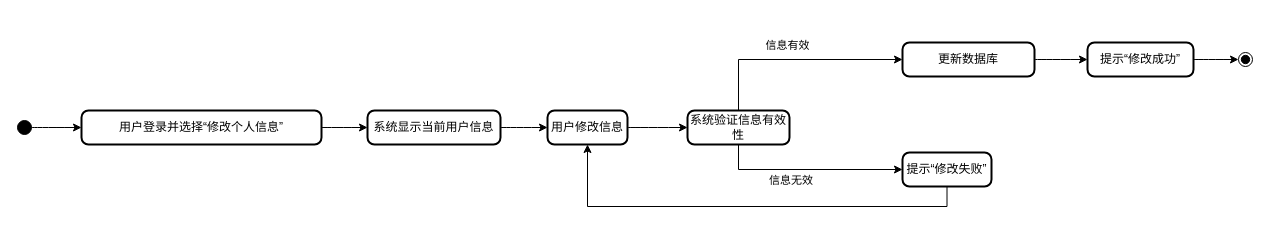
This is page "行为建模" (2 of 2) of 文档/需求分析规约文档/三种建模/16修改个人信息用例建模.drawio from w1ntercube/TJ-SE-Design, a draw.io file, before an edit. Source tidied: cells renumbered, new cells numbered last; positions are measured from the earlier drawing's top-left corner, leaving out a move shared by most shapes. Both pictures are drawn from the tidied source at 100%, with x=0, y=0 at pixel (17, 30).
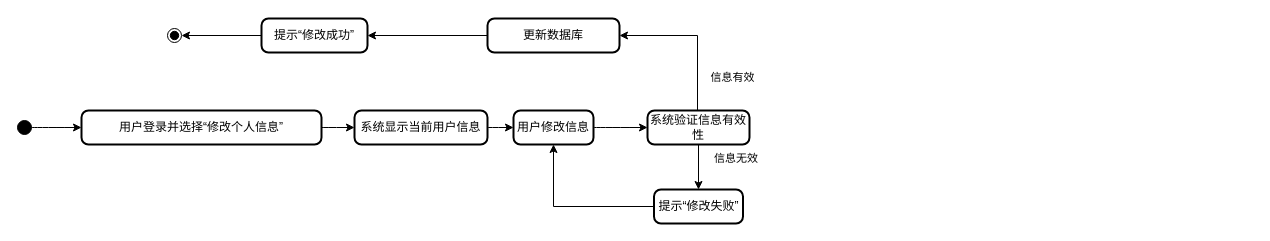
The same page after the edit.

Change to the diagram source:
```diff
@@
     <mxCell id="4" value="系统显示当前用户信息" style="rounded=1;absoluteArcSize=1;arcSize=14;whiteSpace=wrap;strokeWidth=2;" parent="1" vertex="1">
-      <mxGeometry x="350" y="80" width="133" height="34" as="geometry" />
+      <mxGeometry x="337" y="80" width="133" height="34" as="geometry" />
     </mxCell>
     <mxCell id="5" value="用户修改信息" style="rounded=1;absoluteArcSize=1;arcSize=14;whiteSpace=wrap;strokeWidth=2;" parent="1" vertex="1">
-      <mxGeometry x="530" y="80" width="80" height="34" as="geometry" />
+      <mxGeometry x="496" y="80" width="80" height="34" as="geometry" />
     </mxCell>
+    <mxCell id="7" style="edgeStyle=orthogonalEdgeStyle;rounded=0;jettySize=auto;html=1;entryX=0.5;entryY=0;entryDx=0;entryDy=0;" parent="1" edge="1" source="8" target="13">
+      <mxGeometry relative="1" as="geometry" />
+    </mxCell>
-    <mxCell id="6" style="edgeStyle=orthogonalEdgeStyle;rounded=0;jettySize=auto;html=1;exitX=0.5;exitY=0;exitDx=0;exitDy=0;entryX=0;entryY=0.5;entryDx=0;entryDy=0;" parent="1" edge="1" source="8" target="9">
-      <mxGeometry relative="1" as="geometry" />
+    <mxCell id="6" style="edgeStyle=orthogonalEdgeStyle;rounded=0;jettySize=auto;html=1;entryX=1;entryY=0.5;entryDx=0;entryDy=0;" parent="1" edge="1" source="8" target="9">
+      <mxGeometry relative="1" as="geometry">
+        <Array as="points">
+          <mxPoint x="680" y="5" />
+        </Array>
+      </mxGeometry>
     </mxCell>
-    <mxCell id="7" style="edgeStyle=orthogonalEdgeStyle;rounded=0;jettySize=auto;html=1;exitX=0.5;exitY=1;exitDx=0;exitDy=0;entryX=0;entryY=0.5;entryDx=0;entryDy=0;" parent="1" edge="1" source="8" target="13">
-      <mxGeometry relative="1" as="geometry" />
-    </mxCell>
     <mxCell id="8" value="系统验证信息有效性" style="rounded=1;absoluteArcSize=1;arcSize=14;whiteSpace=wrap;strokeWidth=2;" parent="1" vertex="1">
-      <mxGeometry x="670" y="80" width="102" height="34" as="geometry" />
+      <mxGeometry x="630" y="80" width="102" height="34" as="geometry" />
     </mxCell>
+    <mxCell id="18" style="edgeStyle=orthogonalEdgeStyle;rounded=0;jettySize=auto;html=1;entryX=1;entryY=0.5;entryDx=0;entryDy=0;" parent="1" edge="1" source="9" target="10">
+      <mxGeometry relative="1" as="geometry" />
+    </mxCell>
     <mxCell id="9" value="更新数据库" style="rounded=1;absoluteArcSize=1;arcSize=14;whiteSpace=wrap;strokeWidth=2;" parent="1" vertex="1">
-      <mxGeometry x="885" y="12" width="132" height="34" as="geometry" />
+      <mxGeometry x="470" y="-12" width="132" height="34" as="geometry" />
     </mxCell>
+    <mxCell id="19" style="edgeStyle=orthogonalEdgeStyle;rounded=0;jettySize=auto;html=1;entryX=1;entryY=0.5;entryDx=0;entryDy=0;" parent="1" edge="1" source="10" target="11">
+      <mxGeometry relative="1" as="geometry" />
+    </mxCell>
     <mxCell id="10" value="提示“修改成功”" style="rounded=1;absoluteArcSize=1;arcSize=14;whiteSpace=wrap;strokeWidth=2;" parent="1" vertex="1">
-      <mxGeometry x="1070" y="12" width="106" height="34" as="geometry" />
+      <mxGeometry x="244" y="-12" width="106" height="34" as="geometry" />
     </mxCell>
     <mxCell id="11" style="ellipse;shape=endState;fillColor=strokeColor;" parent="1" vertex="1">
-      <mxGeometry x="1221" y="22" width="14" height="14" as="geometry" />
+      <mxGeometry x="150" y="-2" width="14" height="14" as="geometry" />
     </mxCell>
-    <mxCell id="12" style="edgeStyle=orthogonalEdgeStyle;rounded=0;jettySize=auto;html=1;exitX=0.5;exitY=1;exitDx=0;exitDy=0;entryX=0.5;entryY=1;entryDx=0;entryDy=0;" parent="1" edge="1" source="13" target="5">
+    <mxCell id="12" style="edgeStyle=orthogonalEdgeStyle;rounded=0;jettySize=auto;html=1;entryX=0.5;entryY=1;entryDx=0;entryDy=0;" parent="1" edge="1" source="13" target="5">
       <mxGeometry relative="1" as="geometry" />
     </mxCell>
     <mxCell id="13" value="提示“修改失败”" style="rounded=1;absoluteArcSize=1;arcSize=14;whiteSpace=wrap;strokeWidth=2;" parent="1" vertex="1">
-      <mxGeometry x="885" y="122" width="89" height="34" as="geometry" />
+      <mxGeometry x="636.5" y="159" width="89" height="34" as="geometry" />
     </mxCell>
@@
-    <mxCell id="18" style="curved=1;startArrow=none;exitX=1;exitY=0.5;rounded=0;" parent="1" edge="1" source="9" target="10">
-      <mxGeometry relative="1" as="geometry" />
-    </mxCell>
-    <mxCell id="19" style="curved=1;startArrow=none;exitX=1.01;exitY=0.5;entryX=-0.02;entryY=0.5;rounded=0;" parent="1" edge="1" source="10" target="11">
-      <mxGeometry relative="1" as="geometry" />
-    </mxCell>
     <mxCell id="20" value="&lt;span style=&quot;font-size: 11px; background-color: rgb(255, 255, 255);&quot;&gt;信息有效&lt;/span&gt;" style="text;html=1;align=center;verticalAlign=middle;strokeColor=none;fillColor=none;" parent="1" vertex="1">
-      <mxGeometry x="735" width="70" height="30" as="geometry" />
+      <mxGeometry x="680" y="32" width="70" height="30" as="geometry" />
     </mxCell>
     <mxCell id="21" value="&lt;span style=&quot;color: rgb(0, 0, 0); font-family: Helvetica; font-size: 11px; font-style: normal; font-variant-ligatures: normal; font-variant-caps: normal; font-weight: 400; letter-spacing: normal; orphans: 2; text-align: center; text-indent: 0px; text-transform: none; widows: 2; word-spacing: 0px; -webkit-text-stroke-width: 0px; white-space: nowrap; background-color: rgb(255, 255, 255); text-decoration-thickness: initial; text-decoration-style: initial; text-decoration-color: initial; display: inline !important; float: none;&quot;&gt;信息无效&lt;/span&gt;" style="text;whiteSpace=wrap;html=1;" parent="1" vertex="1">
-      <mxGeometry x="750" y="136" width="40" height="20" as="geometry" />
+      <mxGeometry x="695" y="114" width="40" height="20" as="geometry" />
     </mxCell>
```
